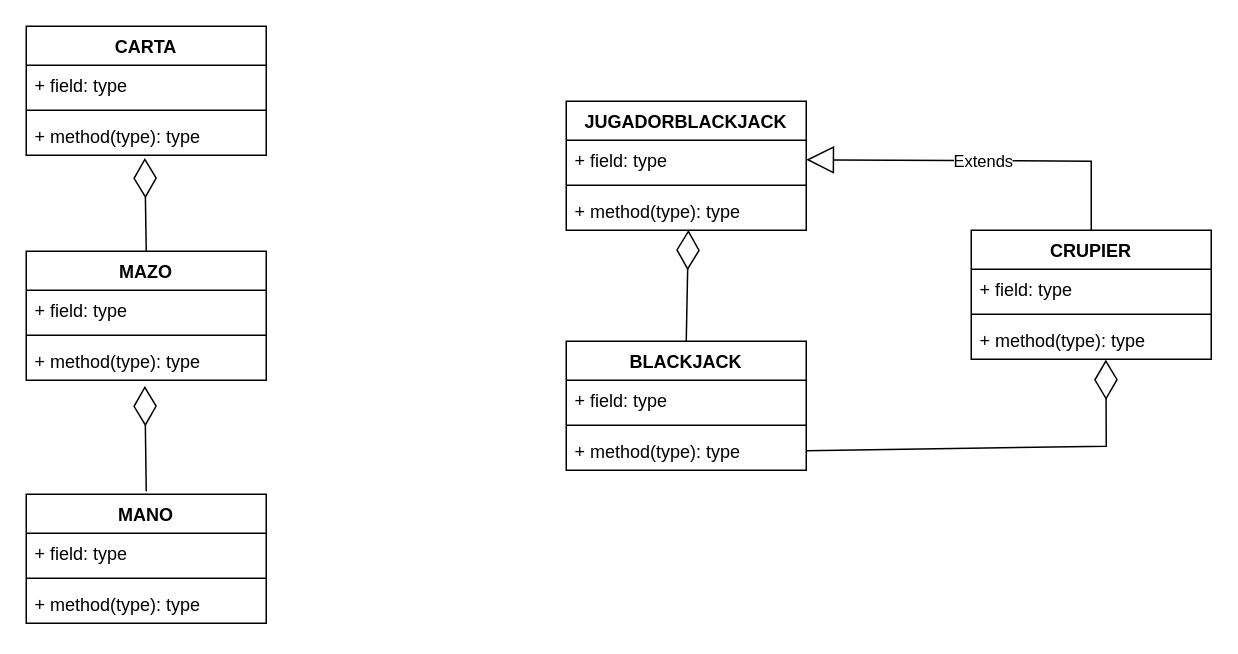
Earlier version of the draw.io diagram page "BLACKJACK" (4 of 5) of MaquinaTragamonedas.drawio (gceballos23/Casino). Source tidied: cells renumbered, new cells numbered last; positions are measured from the earlier drawing's top-left corner, leaving out a move shared by most shapes. Both pictures are drawn from the tidied source at 150%, with x=0, y=0 at pixel (26, 26).
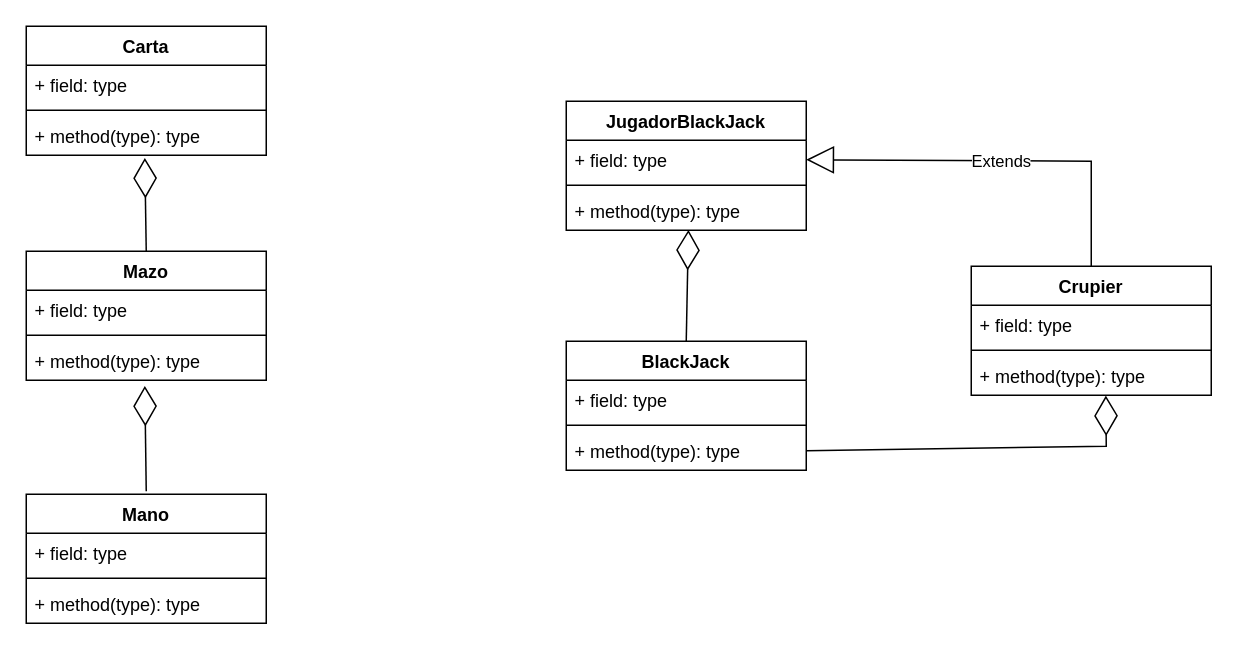
The same page after the edit.

Change to the diagram source:
```diff
@@
-    <mxCell id="2" value="CARTA" style="swimlane;fontStyle=1;align=center;verticalAlign=top;horizontal=1;startSize=26;" parent="1" vertex="1">
+    <mxCell id="2" value="Carta" style="swimlane;fontStyle=1;align=center;verticalAlign=top;horizontal=1;startSize=26;" parent="1" vertex="1">
       <mxGeometry width="160" height="86" as="geometry" />
     </mxCell>
@@
-    <mxCell id="6" value="MAZO" style="swimlane;fontStyle=1;align=center;verticalAlign=top;horizontal=1;startSize=26;" parent="1" vertex="1">
+    <mxCell id="6" value="Mazo" style="swimlane;fontStyle=1;align=center;verticalAlign=top;horizontal=1;startSize=26;" parent="1" vertex="1">
       <mxGeometry y="150" width="160" height="86" as="geometry" />
     </mxCell>
@@
-    <mxCell id="10" value="MANO" style="swimlane;fontStyle=1;align=center;verticalAlign=top;horizontal=1;startSize=26;" parent="1" vertex="1">
+    <mxCell id="10" value="Mano" style="swimlane;fontStyle=1;align=center;verticalAlign=top;horizontal=1;startSize=26;" parent="1" vertex="1">
       <mxGeometry y="312" width="160" height="86" as="geometry" />
     </mxCell>
@@
-    <mxCell id="14" value="JUGADORBLACKJACK" style="swimlane;fontStyle=1;align=center;verticalAlign=top;horizontal=1;startSize=26;" parent="1" vertex="1">
+    <mxCell id="14" value="JugadorBlackJack" style="swimlane;fontStyle=1;align=center;verticalAlign=top;horizontal=1;startSize=26;" parent="1" vertex="1">
       <mxGeometry x="360" y="50" width="160" height="86" as="geometry" />
     </mxCell>
@@
-    <mxCell id="18" value="CRUPIER" style="swimlane;fontStyle=1;align=center;verticalAlign=top;horizontal=1;startSize=26;" parent="1" vertex="1">
-      <mxGeometry x="630" y="136" width="160" height="86" as="geometry" />
+    <mxCell id="18" value="Crupier" style="swimlane;fontStyle=1;align=center;verticalAlign=top;horizontal=1;startSize=26;" parent="1" vertex="1">
+      <mxGeometry x="630" y="160" width="160" height="86" as="geometry" />
     </mxCell>
@@
-    <mxCell id="22" value="BLACKJACK" style="swimlane;fontStyle=1;align=center;verticalAlign=top;horizontal=1;startSize=26;" parent="1" vertex="1">
+    <mxCell id="22" value="BlackJack" style="swimlane;fontStyle=1;align=center;verticalAlign=top;horizontal=1;startSize=26;" parent="1" vertex="1">
       <mxGeometry x="360" y="210" width="160" height="86" as="geometry" />
     </mxCell>
```
